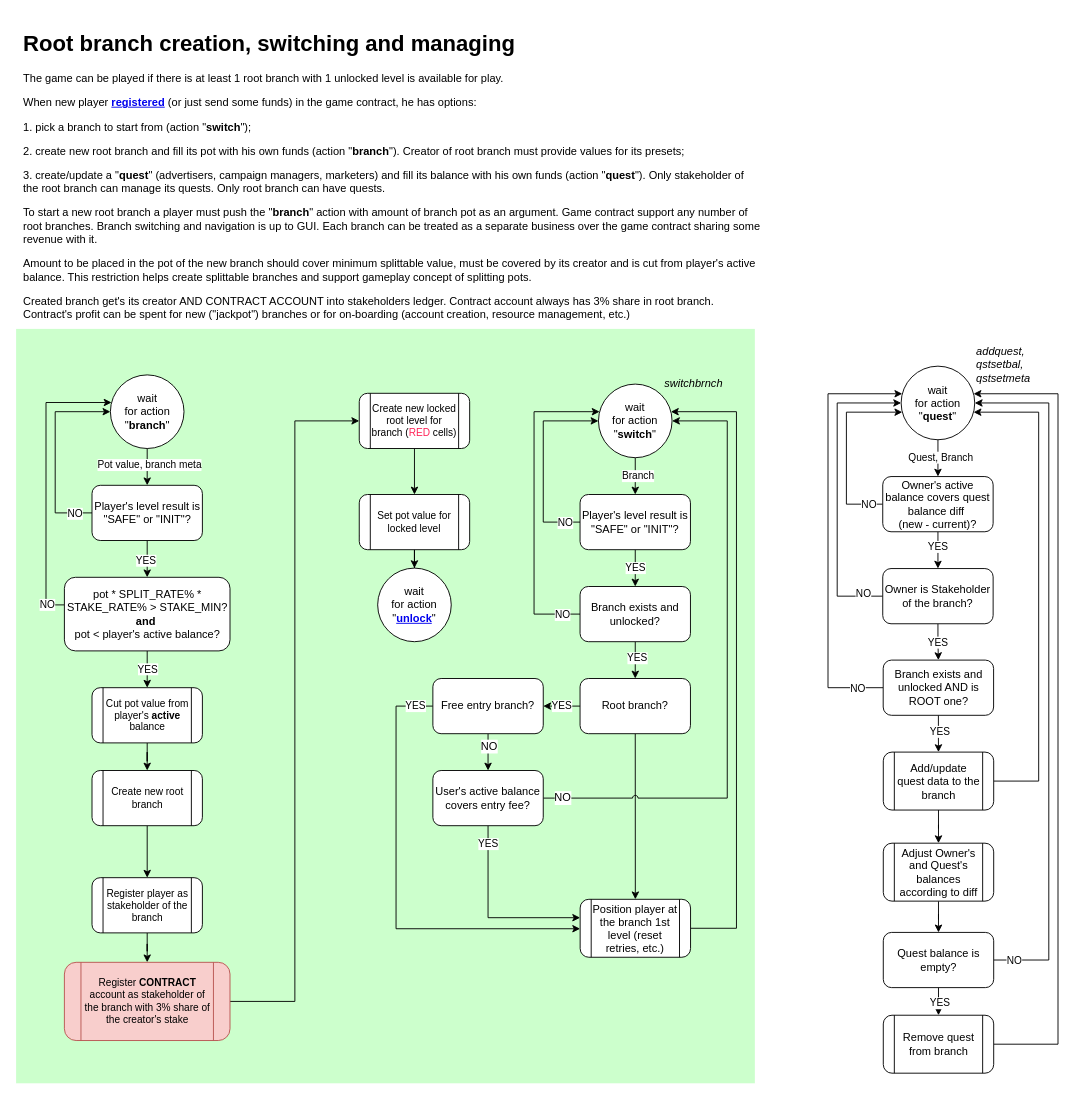
Before: page "branch" (4 of 15) of ia/WOFFLER IA.drawio in cptn-solo/woffler_contract, a draw.io diagram. Source tidied: cells renumbered, new cells numbered last; positions are measured from the earlier drawing's top-left corner, leaving out a move shared by most shapes. Both pictures are drawn from the tidied source at 92%, with x=0, y=0 at pixel (16, 25).
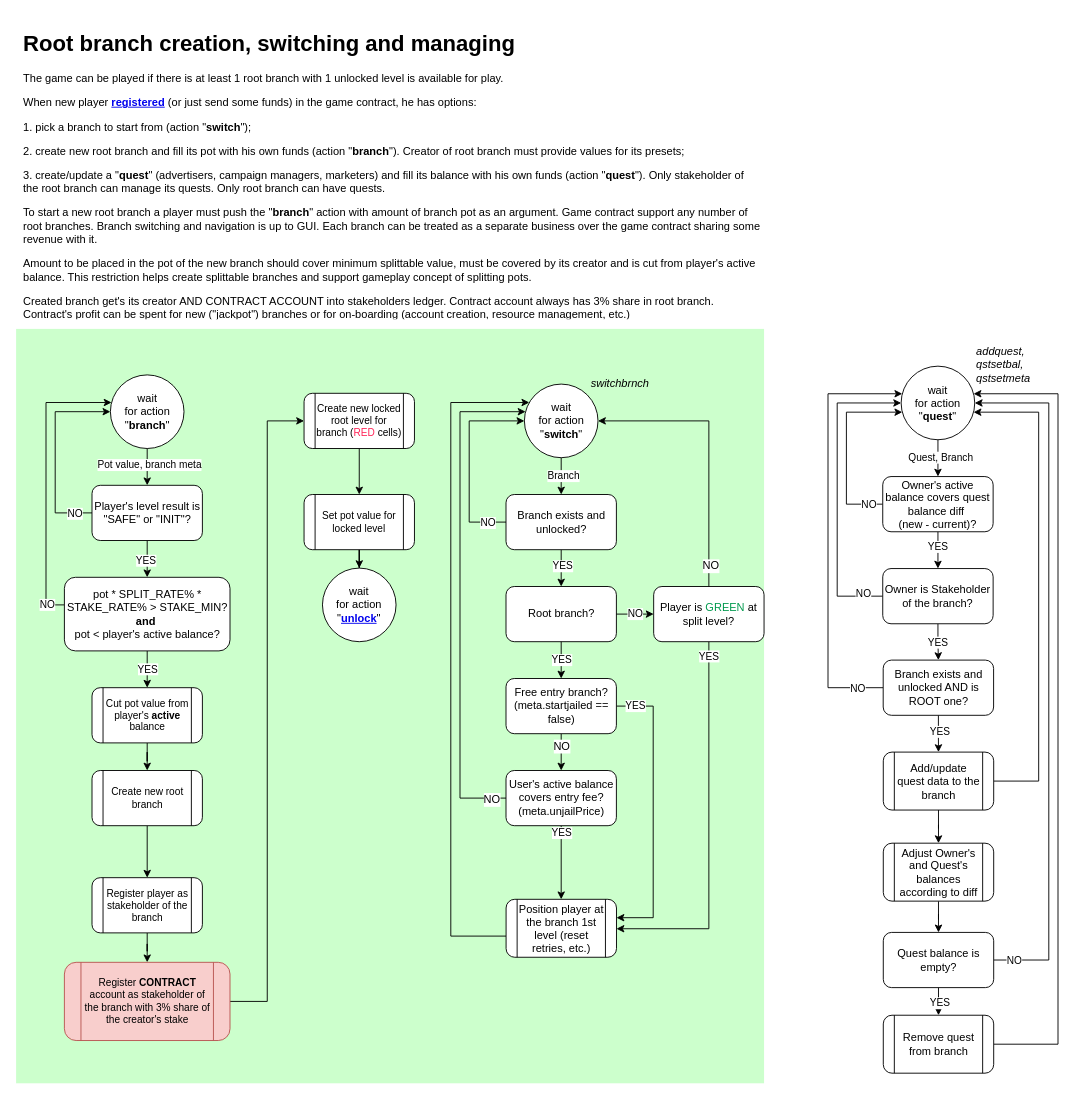
After the change.

The change refers to these unchanged cells:
```xml
<mxCell id="40" value="Register &lt;b&gt;CONTRACT&lt;/b&gt; account as stakeholder of the branch with 3% share of the creator's stake" style="shape=process;whiteSpace=wrap;html=1;backgroundOutline=1;rounded=1;labelBackgroundColor=none;fontSize=11;fillColor=#f8cecc;strokeColor=#b85450;" parent="3" vertex="1">
  <mxGeometry x="52.5" y="1018.5" width="180" height="85" as="geometry" />
</mxCell>
```

What changed in the source:
```diff
@@
     <mxCell id="2" style="rounded=0;whiteSpace=wrap;html=1;rotation=0;strokeColor=none;fillColor=#CCFFCC;" parent="1" vertex="1">
-      <mxGeometry y="330" width="803" height="820" as="geometry" />
+      <mxGeometry y="330" width="813" height="820" as="geometry" />
     </mxCell>
@@
     <mxCell id="4" value="&lt;h1&gt;Root branch creation, switching and managing&lt;/h1&gt;&lt;p&gt;&lt;span&gt;The game can be played if there is at least 1 root branch with 1 unlocked level is&amp;nbsp;available for play.&lt;/span&gt;&lt;br&gt;&lt;/p&gt;&lt;p&gt;When new player &lt;b&gt;&lt;a href=&quot;data:page/id,_cG1twMGafnnjIAd9MhQ&quot;&gt;registered&lt;/a&gt;&lt;/b&gt;&amp;nbsp;(or just send some funds) in the game contract, he has options:&lt;/p&gt;&lt;p&gt;1. pick a branch to start from (action &quot;&lt;b&gt;switch&lt;/b&gt;&quot;);&lt;/p&gt;&lt;p&gt;2. create new root branch and fill its pot with his own funds (action &quot;&lt;b&gt;branch&lt;/b&gt;&quot;). Creator of root branch must provide values for its presets;&lt;/p&gt;&lt;p&gt;3. create/update a &quot;&lt;b&gt;quest&lt;/b&gt;&quot; (advertisers, campaign managers, marketers) and fill its balance with his own funds (action &quot;&lt;b&gt;quest&lt;/b&gt;&quot;). Only stakeholder of the root branch can manage its quests. Only root branch can have quests.&lt;/p&gt;&lt;p&gt;To start a new root branch a player must push the &quot;&lt;b&gt;branch&lt;/b&gt;&quot; action with amount of branch pot as an argument. Game contract support any number of root branches. Branch switching and navigation is up to GUI. Each branch can be treated as a separate business over the game contract sharing some revenue with it.&lt;/p&gt;&lt;p&gt;Amount to be placed in the pot of the new branch should cover minimum splittable value, must be covered by its creator and is cut from player's active balance. This restriction helps create splittable branches and support gameplay concept of splitting pots.&lt;/p&gt;&lt;p&gt;Created branch get's its creator AND CONTRACT ACCOUNT into stakeholders ledger. Contract account always has 3% share in root branch. Contract's profit can be spent for new (&quot;jackpot&quot;) branches or for on-boarding (account creation, resource management, etc.)&lt;/p&gt;" style="text;html=1;strokeColor=none;fillColor=none;spacing=5;spacingTop=-20;whiteSpace=wrap;overflow=hidden;rounded=0;fontColor=#000000;labelBackgroundColor=none;" parent="3" vertex="1">
-      <mxGeometry x="3" width="810" height="370" as="geometry" />
+      <mxGeometry x="3" width="810" height="320" as="geometry" />
     </mxCell>
@@
-    <mxCell id="8" style="edgeStyle=orthogonalEdgeStyle;rounded=0;jettySize=auto;html=1;fontSize=11;fontColor=#000000;" parent="3" edge="1" source="10" target="14">
+    <mxCell id="8" style="edgeStyle=orthogonalEdgeStyle;rounded=0;jettySize=auto;html=1;fontSize=11;fontColor=#000000;" parent="3" edge="1" source="10" target="36">
       <mxGeometry relative="1" as="geometry" />
     </mxCell>
@@
     <mxCell id="10" value="wait &lt;br&gt;for action&lt;br&gt;&quot;&lt;b&gt;switch&lt;/b&gt;&quot;" style="ellipse;whiteSpace=wrap;html=1;rounded=1;shadow=0;glass=0;align=center;" parent="3" vertex="1">
-      <mxGeometry x="633" y="390" width="80" height="80" as="geometry" />
+      <mxGeometry x="552.5" y="390" width="80" height="80" as="geometry" />
     </mxCell>
-    <mxCell id="11" style="edgeStyle=orthogonalEdgeStyle;rounded=0;jettySize=auto;html=1;fontSize=11;fontColor=#000000;" parent="3" edge="1" source="14" target="10">
-      <mxGeometry relative="1" as="geometry">
-        <Array as="points">
-          <mxPoint x="573" y="540" />
-          <mxPoint x="573" y="430" />
-        </Array>
-      </mxGeometry>
-    </mxCell>
-    <mxCell id="12" value="NO" style="text;html=1;align=center;verticalAlign=middle;labelBackgroundColor=#ffffff;fontSize=11;fontColor=#000000;" parent="11" vertex="1">
-      <mxGeometry x="-0.84" relative="1" as="geometry" />
-    </mxCell>
-    <mxCell id="13" value="YES" style="edgeStyle=orthogonalEdgeStyle;rounded=0;jettySize=auto;html=1;" parent="3" edge="1" source="14" target="36">
-      <mxGeometry relative="1" as="geometry" />
-    </mxCell>
-    <mxCell id="14" value="Player's level result is &quot;SAFE&quot; or &quot;INIT&quot;?" style="rounded=1;whiteSpace=wrap;html=1;shadow=0;glass=0;strokeColor=#000000;align=center;" parent="3" vertex="1">
-      <mxGeometry x="613" y="510" width="120" height="60" as="geometry" />
-    </mxCell>
@@
     <mxCell id="24" value="Create new locked root level for branch (&lt;font color=&quot;#ff2457&quot;&gt;RED&lt;/font&gt; cells)" style="shape=process;whiteSpace=wrap;html=1;backgroundOutline=1;rounded=1;labelBackgroundColor=none;fontSize=11;fontColor=#000000;" parent="3" vertex="1">
-      <mxGeometry x="373" y="400" width="120" height="60" as="geometry" />
+      <mxGeometry x="313" y="400" width="120" height="60" as="geometry" />
     </mxCell>
     <mxCell id="25" style="edgeStyle=orthogonalEdgeStyle;rounded=0;jettySize=auto;html=1;exitX=0;exitY=0.75;exitDx=0;exitDy=0;entryX=0;entryY=0.25;entryDx=0;entryDy=0;fontSize=11;fontColor=#000000;" parent="3" edge="1" source="27">
       <mxGeometry relative="1" as="geometry">
-        <mxPoint x="383.5" y="543" as="targetPoint" />
+        <mxPoint x="323.5" y="543" as="targetPoint" />
       </mxGeometry>
     </mxCell>
@@
     <mxCell id="27" value="Set pot value for locked level" style="shape=process;whiteSpace=wrap;html=1;backgroundOutline=1;rounded=1;labelBackgroundColor=none;fontSize=11;fontColor=#000000;" parent="3" vertex="1">
-      <mxGeometry x="373" y="510" width="120" height="60" as="geometry" />
+      <mxGeometry x="313" y="510" width="120" height="60" as="geometry" />
     </mxCell>
@@
     <mxCell id="32" style="edgeStyle=orthogonalEdgeStyle;rounded=0;jettySize=auto;html=1;" parent="3" edge="1" source="36" target="10">
       <mxGeometry relative="1" as="geometry">
         <Array as="points">
-          <mxPoint x="563" y="640" />
-          <mxPoint x="563" y="420" />
+          <mxPoint x="492.5" y="540" />
+          <mxPoint x="492.5" y="430" />
         </Array>
       </mxGeometry>
     </mxCell>
     <mxCell id="33" value="NO" style="text;html=1;align=center;verticalAlign=middle;labelBackgroundColor=#ffffff;fontSize=11;fontColor=#000000;" parent="32" vertex="1">
       <mxGeometry x="-0.86" relative="1" as="geometry">
-        <mxPoint x="4" as="offset" />
+        <mxPoint x="-5.5" as="offset" />
       </mxGeometry>
     </mxCell>
@@
     <mxCell id="36" value="Branch exists and unlocked?" style="rounded=1;whiteSpace=wrap;html=1;shadow=0;glass=0;strokeColor=#000000;align=center;" parent="3" vertex="1">
-      <mxGeometry x="613" y="610" width="120" height="60" as="geometry" />
+      <mxGeometry x="532.5" y="510" width="120" height="60" as="geometry" />
     </mxCell>
     <mxCell id="37" style="edgeStyle=orthogonalEdgeStyle;rounded=0;jettySize=auto;html=1;" parent="3" edge="1" source="38" target="10">
       <mxGeometry relative="1" as="geometry">
         <Array as="points">
-          <mxPoint x="783" y="982" />
-          <mxPoint x="783" y="420" />
+          <mxPoint x="472.5" y="990" />
+          <mxPoint x="472.5" y="410" />
         </Array>
       </mxGeometry>
     </mxCell>
     <mxCell id="38" value="&lt;div style=&quot;text-align: center&quot;&gt;&lt;span&gt;Position player at the branch 1st level (reset retries, etc.)&lt;/span&gt;&lt;/div&gt;" style="shape=process;rounded=1;whiteSpace=wrap;html=1;shadow=0;glass=0;strokeColor=#000000;align=center;" parent="3" vertex="1">
-      <mxGeometry x="613.1" y="950" width="120" height="63" as="geometry" />
+      <mxGeometry x="532.6" y="950" width="120" height="63" as="geometry" />
     </mxCell>
     <mxCell id="39" style="edgeStyle=orthogonalEdgeStyle;rounded=0;jumpStyle=arc;jettySize=auto;html=1;align=center;" parent="3" edge="1" source="40" target="24">
       <mxGeometry relative="1" as="geometry">
         <Array as="points">
-          <mxPoint x="303" y="1061" />
-          <mxPoint x="303" y="430" />
+          <mxPoint x="273" y="1061" />
+          <mxPoint x="273" y="430" />
         </Array>
       </mxGeometry>
     </mxCell>
@@
     <mxCell id="70" value="&lt;div&gt;&lt;span&gt;&lt;i&gt;switchbrnch&lt;/i&gt;&lt;/span&gt;&lt;/div&gt;" style="text;html=1;align=left;verticalAlign=top;spacingTop=-4;" parent="3" vertex="1">
-      <mxGeometry x="703" y="380" width="80" height="20" as="geometry" />
+      <mxGeometry x="622.5" y="380" width="80" height="20" as="geometry" />
     </mxCell>
@@
     <mxCell id="72" value="wait &lt;br&gt;for action&lt;br&gt;&quot;&lt;b&gt;&lt;a href=&quot;data:page/id,PTiBQR1OZZOvdm40SifF&quot;&gt;unlock&lt;/a&gt;&lt;/b&gt;&quot;" style="ellipse;whiteSpace=wrap;html=1;rounded=1;shadow=0;glass=0;align=center;" parent="3" vertex="1">
-      <mxGeometry x="393" y="590" width="80" height="80" as="geometry" />
+      <mxGeometry x="333" y="590" width="80" height="80" as="geometry" />
     </mxCell>
@@
     <mxCell id="82" value="YES" style="edgeStyle=orthogonalEdgeStyle;rounded=0;jumpStyle=arc;jettySize=auto;html=1;" parent="3" edge="1" source="87" target="38">
-      <mxGeometry x="-0.92" relative="1" as="geometry">
+      <mxGeometry x="-0.87" relative="1" as="geometry">
         <Array as="points">
-          <mxPoint x="413" y="740" />
-          <mxPoint x="413" y="982" />
+          <mxPoint x="692.5" y="740" />
+          <mxPoint x="692.5" y="970" />
         </Array>
       </mxGeometry>
     </mxCell>
-    <mxCell id="83" style="edgeStyle=orthogonalEdgeStyle;rounded=0;jumpStyle=arc;jettySize=auto;html=1;" parent="3" edge="1" source="84" target="38">
-      <mxGeometry relative="1" as="geometry" />
+    <mxCell id="83" value="YES" style="edgeStyle=orthogonalEdgeStyle;rounded=0;jumpStyle=arc;jettySize=auto;html=1;" parent="3" edge="1" source="95" target="38">
+      <mxGeometry x="-0.92" relative="1" as="geometry">
+        <Array as="points">
+          <mxPoint x="753" y="982" />
+        </Array>
+      </mxGeometry>
     </mxCell>
     <mxCell id="84" value="Root branch?" style="rounded=1;whiteSpace=wrap;html=1;shadow=0;glass=0;strokeColor=#000000;align=center;" parent="3" vertex="1">
-      <mxGeometry x="613" y="710" width="120" height="60" as="geometry" />
+      <mxGeometry x="532.5" y="610" width="120" height="60" as="geometry" />
     </mxCell>
@@
-    <mxCell id="87" value="Free entry branch?" style="rounded=1;whiteSpace=wrap;html=1;shadow=0;glass=0;strokeColor=#000000;align=center;" parent="3" vertex="1">
-      <mxGeometry x="453" y="710" width="120" height="60" as="geometry" />
+    <mxCell id="87" value="Free entry branch?&lt;br&gt;(meta.startjailed == false)&lt;br&gt;" style="rounded=1;whiteSpace=wrap;html=1;shadow=0;glass=0;strokeColor=#000000;align=center;" parent="3" vertex="1">
+      <mxGeometry x="532.5" y="710" width="120" height="60" as="geometry" />
     </mxCell>
     <mxCell id="88" value="YES" style="edgeStyle=orthogonalEdgeStyle;rounded=0;jumpStyle=arc;jettySize=auto;html=1;" parent="3" edge="1" source="91" target="38">
       <mxGeometry x="-0.8" relative="1" as="geometry">
         <Array as="points">
-          <mxPoint x="513" y="970" />
+          <mxPoint x="592.5" y="890" />
+          <mxPoint x="592.5" y="890" />
         </Array>
       </mxGeometry>
     </mxCell>
     <mxCell id="89" style="edgeStyle=orthogonalEdgeStyle;rounded=0;jumpStyle=arc;jettySize=auto;html=1;" parent="3" edge="1" source="91" target="10">
       <mxGeometry relative="1" as="geometry">
         <Array as="points">
-          <mxPoint x="773" y="840" />
-          <mxPoint x="773" y="430" />
+          <mxPoint x="482.5" y="840" />
+          <mxPoint x="482.5" y="420" />
         </Array>
       </mxGeometry>
     </mxCell>
@@
-    <mxCell id="91" value="User's active balance covers entry fee?" style="rounded=1;whiteSpace=wrap;html=1;shadow=0;glass=0;strokeColor=#000000;align=center;" parent="3" vertex="1">
-      <mxGeometry x="453" y="810" width="120" height="60" as="geometry" />
+    <mxCell id="91" value="User's active balance covers entry fee?&lt;br&gt;(meta.&lt;span&gt;unjailPrice&lt;/span&gt;&lt;span&gt;)&lt;/span&gt;&lt;br&gt;" style="rounded=1;whiteSpace=wrap;html=1;shadow=0;glass=0;strokeColor=#000000;align=center;" parent="3" vertex="1">
+      <mxGeometry x="532.5" y="810" width="120" height="60" as="geometry" />
     </mxCell>
@@
+    <mxCell id="93" style="edgeStyle=orthogonalEdgeStyle;rounded=0;jumpStyle=arc;jettySize=auto;html=1;" parent="3" edge="1" source="95" target="10">
+      <mxGeometry relative="1" as="geometry">
+        <Array as="points">
+          <mxPoint x="753" y="430" />
+        </Array>
+      </mxGeometry>
+    </mxCell>
+    <mxCell id="94" value="NO" style="text;html=1;align=center;verticalAlign=middle;labelBackgroundColor=#ffffff;" parent="93" vertex="1">
+      <mxGeometry x="-0.85" y="-1" relative="1" as="geometry" />
+    </mxCell>
+    <mxCell id="95" value="Player is &lt;font color=&quot;#00994d&quot;&gt;GREEN&lt;/font&gt; at split level?" style="rounded=1;whiteSpace=wrap;html=1;shadow=0;glass=0;strokeColor=#000000;align=center;" parent="3" vertex="1">
+      <mxGeometry x="693" y="610" width="120" height="60" as="geometry" />
+    </mxCell>
+    <mxCell id="96" value="NO" style="edgeStyle=orthogonalEdgeStyle;rounded=0;jumpStyle=arc;jettySize=auto;html=1;" parent="3" edge="1" source="84" target="95">
+      <mxGeometry x="0.01" relative="1" as="geometry" />
+    </mxCell>
```
